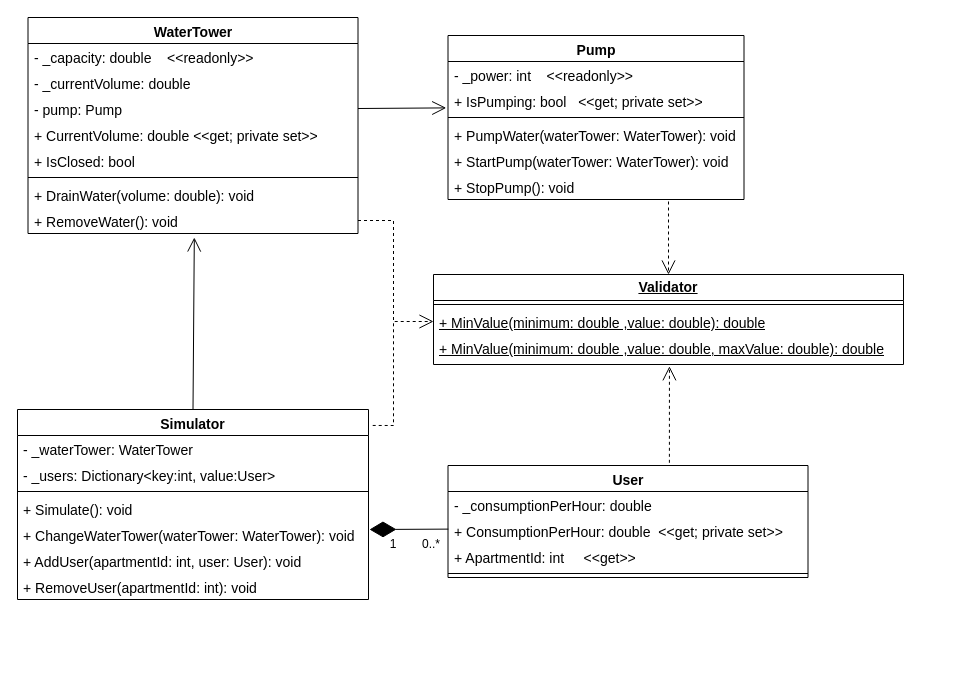
This is Home_task_3/Task_1/Water_Tower_Simulator.drawio from bohdanex/SSWU_BohdanMykhats_NET_CAMP, a draw.io file, before an edit. Source tidied: cells renumbered, new cells numbered last; positions are measured from the earlier drawing's top-left corner, leaving out a move shared by most shapes. Both pictures are drawn from the tidied source at 100%, with x=0, y=0 at pixel (17, 17).
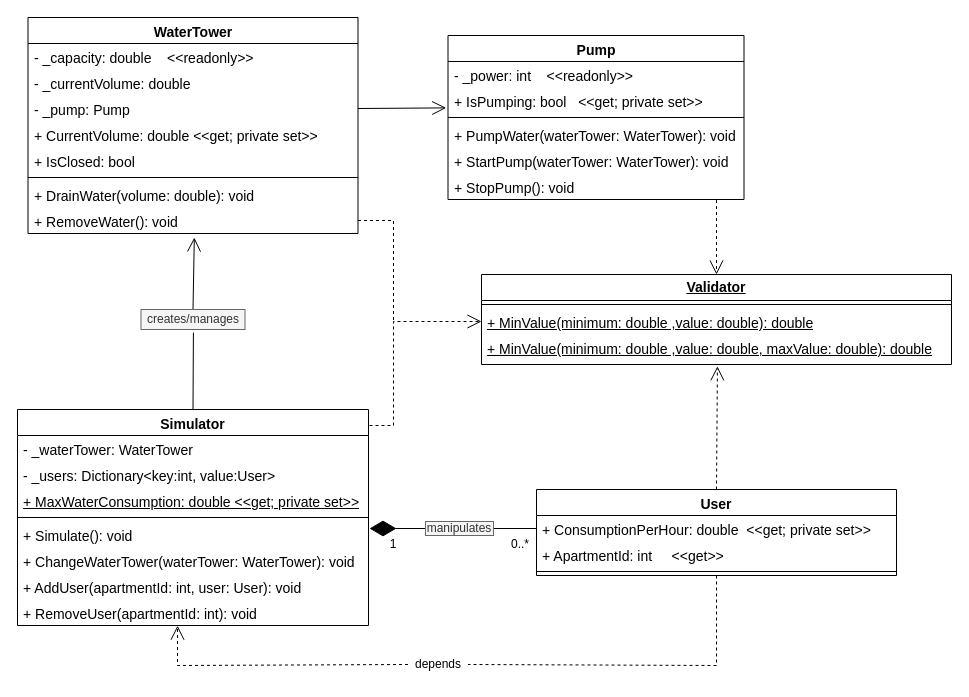
After the change.

Unchanged cells that the change refers to:
```xml
<mxCell id="2" value="WaterTower" style="swimlane;fontStyle=1;align=center;verticalAlign=top;horizontal=1;startSize=26;whiteSpace=wrap;html=1;fontSize=14;" parent="1" vertex="1">
  <mxGeometry x="10.5" width="330" height="216" as="geometry" />
</mxCell>
<mxCell id="10" value="+ RemoveWater(): void" style="text;strokeColor=none;fillColor=none;align=left;verticalAlign=top;spacingLeft=4;spacingRight=4;overflow=hidden;points=[[0,0.5],[1,0.5]];portConstraint=eastwest;whiteSpace=wrap;html=1;fontSize=14;" parent="2" vertex="1">
  <mxGeometry y="190" width="330" height="26" as="geometry" />
</mxCell>
<mxCell id="13" value="+ MinValue(minimum: double ,value: double): double" style="text;strokeColor=none;fillColor=none;align=left;verticalAlign=top;spacingLeft=4;spacingRight=4;overflow=hidden;points=[[0,0.5],[1,0.5]];portConstraint=eastwest;whiteSpace=wrap;html=1;fontStyle=4;fontSize=14;" parent="11" vertex="1">
  <mxGeometry y="34" width="470" height="26" as="geometry" />
</mxCell>
<mxCell id="14" value="+ MinValue(minimum: double ,value:&amp;nbsp;double, maxValue: double): double" style="text;strokeColor=none;fillColor=none;align=left;verticalAlign=top;spacingLeft=4;spacingRight=4;overflow=hidden;points=[[0,0.5],[1,0.5]];portConstraint=eastwest;whiteSpace=wrap;html=1;fontStyle=4;fontSize=14;" parent="11" vertex="1">
  <mxGeometry y="60" width="470" height="30" as="geometry" />
</mxCell>
<mxCell id="21" value="+ StopPump(): void" style="text;strokeColor=none;fillColor=none;align=left;verticalAlign=top;spacingLeft=4;spacingRight=4;overflow=hidden;points=[[0,0.5],[1,0.5]];portConstraint=eastwest;whiteSpace=wrap;html=1;fontSize=14;" parent="15" vertex="1">
  <mxGeometry y="138" width="296" height="26" as="geometry" />
</mxCell>
```

Change to the diagram source:
```diff
@@
-    <mxCell id="5" value="- pump: Pump" style="text;strokeColor=none;fillColor=none;align=left;verticalAlign=top;spacingLeft=4;spacingRight=4;overflow=hidden;points=[[0,0.5],[1,0.5]];portConstraint=eastwest;whiteSpace=wrap;html=1;fontSize=14;" parent="2" vertex="1">
+    <mxCell id="5" value="- _pump: Pump" style="text;strokeColor=none;fillColor=none;align=left;verticalAlign=top;spacingLeft=4;spacingRight=4;overflow=hidden;points=[[0,0.5],[1,0.5]];portConstraint=eastwest;whiteSpace=wrap;html=1;fontSize=14;" parent="2" vertex="1">
       <mxGeometry y="78" width="330" height="26" as="geometry" />
     </mxCell>
@@
     <mxCell id="11" value="Validator" style="swimlane;fontStyle=5;align=center;verticalAlign=middle;horizontal=1;startSize=26;whiteSpace=wrap;html=1;fontSize=14;" parent="1" vertex="1">
-      <mxGeometry x="416" y="257" width="470" height="90" as="geometry" />
+      <mxGeometry x="464" y="257" width="470" height="90" as="geometry" />
     </mxCell>
@@
     <mxCell id="22" value="User" style="swimlane;fontStyle=1;align=center;verticalAlign=top;horizontal=1;startSize=26;whiteSpace=wrap;html=1;fontSize=14;" parent="1" vertex="1">
-      <mxGeometry x="430.5" y="448" width="360" height="112" as="geometry" />
+      <mxGeometry x="519" y="472" width="360" height="86" as="geometry" />
     </mxCell>
-    <mxCell id="23" value="-&amp;nbsp;_consumptionPerHour: double" style="text;strokeColor=none;fillColor=none;align=left;verticalAlign=top;spacingLeft=4;spacingRight=4;overflow=hidden;whiteSpace=wrap;html=1;fontSize=14;" parent="22" vertex="1">
-      <mxGeometry y="26" width="360" height="26" as="geometry" />
-    </mxCell>
     <mxCell id="24" value="+ ConsumptionPerHour: double &lt;span style=&quot;white-space: pre;&quot;&gt; &lt;/span&gt;&amp;lt;&amp;lt;get; private set&amp;gt;&amp;gt;" style="text;strokeColor=none;fillColor=none;align=left;verticalAlign=top;spacingLeft=4;spacingRight=4;overflow=hidden;points=[[0,0.5],[1,0.5]];portConstraint=eastwest;whiteSpace=wrap;html=1;fontSize=14;" parent="22" vertex="1">
-      <mxGeometry y="52" width="360" height="26" as="geometry" />
+      <mxGeometry y="26" width="360" height="26" as="geometry" />
     </mxCell>
     <mxCell id="25" value="+ ApartmentId: int&amp;nbsp;&lt;span style=&quot;white-space: pre;&quot;&gt; &lt;/span&gt;&lt;span style=&quot;white-space: pre;&quot;&gt; &lt;/span&gt;&lt;span style=&quot;white-space: pre;&quot;&gt; &lt;span style=&quot;white-space: pre;&quot;&gt; &lt;/span&gt;&amp;lt;&lt;/span&gt;&amp;lt;get&amp;gt;&amp;gt;" style="text;strokeColor=none;fillColor=none;align=left;verticalAlign=top;spacingLeft=4;spacingRight=4;overflow=hidden;whiteSpace=wrap;html=1;fontSize=14;" parent="22" vertex="1">
-      <mxGeometry y="78" width="360" height="26" as="geometry" />
+      <mxGeometry y="52" width="360" height="26" as="geometry" />
     </mxCell>
     <mxCell id="26" style="line;strokeWidth=1;fillColor=none;align=left;verticalAlign=middle;spacingTop=-1;spacingLeft=3;spacingRight=3;labelPosition=right;strokeColor=inherit;" parent="22" vertex="1">
-      <mxGeometry y="104" width="360" height="8" as="geometry" />
+      <mxGeometry y="78" width="360" height="8" as="geometry" />
     </mxCell>
     <mxCell id="27" value="Simulator" style="swimlane;fontStyle=1;align=center;verticalAlign=top;horizontal=1;startSize=26;whiteSpace=wrap;html=1;fontSize=14;" parent="1" vertex="1">
-      <mxGeometry y="392" width="351" height="190" as="geometry" />
+      <mxGeometry y="392" width="351" height="216" as="geometry" />
     </mxCell>
@@
+    <mxCell id="44" value="&lt;u&gt;+&amp;nbsp;MaxWaterConsumption: double&amp;nbsp;&amp;lt;&amp;lt;get; private set&amp;gt;&amp;gt;&lt;/u&gt;" style="text;strokeColor=none;fillColor=none;align=left;verticalAlign=top;spacingLeft=4;spacingRight=4;overflow=hidden;whiteSpace=wrap;html=1;fontSize=14;" parent="27" vertex="1">
+      <mxGeometry y="78" width="351" height="26" as="geometry" />
+    </mxCell>
     <mxCell id="30" style="line;strokeWidth=1;fillColor=none;align=left;verticalAlign=middle;spacingTop=-1;spacingLeft=3;spacingRight=3;labelPosition=right;strokeColor=inherit;" parent="27" vertex="1">
-      <mxGeometry y="78" width="351" height="8" as="geometry" />
+      <mxGeometry y="104" width="351" height="8" as="geometry" />
     </mxCell>
     <mxCell id="31" value="+ Simulate(): void" style="text;strokeColor=none;fillColor=none;align=left;verticalAlign=top;spacingLeft=4;spacingRight=4;overflow=hidden;whiteSpace=wrap;html=1;fontSize=14;" parent="27" vertex="1">
-      <mxGeometry y="86" width="351" height="26" as="geometry" />
+      <mxGeometry y="112" width="351" height="26" as="geometry" />
     </mxCell>
     <mxCell id="32" value="+ ChangeWaterTower(waterTower: WaterTower): void" style="text;strokeColor=none;fillColor=none;align=left;verticalAlign=top;spacingLeft=4;spacingRight=4;overflow=hidden;whiteSpace=wrap;html=1;fontSize=14;" parent="27" vertex="1">
-      <mxGeometry y="112" width="351" height="26" as="geometry" />
+      <mxGeometry y="138" width="351" height="26" as="geometry" />
     </mxCell>
     <mxCell id="33" value="+ AddUser(apartmentId: int, user: User): void" style="text;strokeColor=none;fillColor=none;align=left;verticalAlign=top;spacingLeft=4;spacingRight=4;overflow=hidden;whiteSpace=wrap;html=1;fontSize=14;" parent="27" vertex="1">
-      <mxGeometry y="138" width="351" height="26" as="geometry" />
+      <mxGeometry y="164" width="351" height="26" as="geometry" />
     </mxCell>
     <mxCell id="34" value="+ RemoveUser(apartmentId: int): void" style="text;strokeColor=none;fillColor=none;align=left;verticalAlign=top;spacingLeft=4;spacingRight=4;overflow=hidden;points=[[0,0.5],[1,0.5]];portConstraint=eastwest;whiteSpace=wrap;html=1;fontSize=14;" parent="27" vertex="1">
-      <mxGeometry y="164" width="351" height="26" as="geometry" />
+      <mxGeometry y="190" width="351" height="26" as="geometry" />
     </mxCell>
-    <mxCell id="35" style="endArrow=diamondThin;endFill=1;endSize=24;html=1;rounded=0;exitX=0.001;exitY=0.447;exitDx=0;exitDy=0;exitPerimeter=0;" parent="1" edge="1" source="24">
+    <mxCell id="35" style="endArrow=diamondThin;endFill=1;endSize=24;html=1;rounded=0;exitX=0;exitY=0.5;exitDx=0;exitDy=0;" parent="1" edge="1" source="48">
       <mxGeometry relative="1" as="geometry">
-        <mxPoint x="352" y="512" as="targetPoint" />
+        <mxPoint x="352" y="511" as="targetPoint" />
       </mxGeometry>
     </mxCell>
@@
     <mxCell id="37" value="0..*" style="text;html=1;strokeColor=none;fillColor=none;align=center;verticalAlign=middle;whiteSpace=wrap;rounded=0;" parent="1" vertex="1">
-      <mxGeometry x="384" y="512" width="60" height="30" as="geometry" />
+      <mxGeometry x="485.5" y="512" width="33.5" height="30" as="geometry" />
     </mxCell>
@@
-    <mxCell id="39" style="endArrow=open;endFill=1;endSize=12;html=1;rounded=0;exitX=0.5;exitY=0;exitDx=0;exitDy=0;entryX=0.504;entryY=1.154;entryDx=0;entryDy=0;entryPerimeter=0;" parent="1" edge="1" source="27" target="10">
+    <mxCell id="39" style="endArrow=open;endFill=1;endSize=12;html=1;rounded=0;exitX=0.5;exitY=0;exitDx=0;exitDy=0;entryX=0.504;entryY=1.154;entryDx=0;entryDy=0;entryPerimeter=0;" parent="1" edge="1" source="46" target="10">
       <mxGeometry relative="1" as="geometry" />
     </mxCell>
-    <mxCell id="40" style="endArrow=open;endFill=1;endSize=12;html=1;rounded=0;dashed=1;exitX=1.012;exitY=0.084;exitDx=0;exitDy=0;exitPerimeter=0;entryX=0;entryY=0.5;entryDx=0;entryDy=0;" parent="1" edge="1" source="27" target="13">
+    <mxCell id="40" style="endArrow=open;endFill=1;endSize=12;html=1;rounded=0;dashed=1;entryX=0;entryY=0.5;entryDx=0;entryDy=0;" parent="1" edge="1" target="13">
       <mxGeometry relative="1" as="geometry">
+        <mxPoint x="352" y="408" as="sourcePoint" />
         <Array as="points">
           <mxPoint x="376" y="408" />
           <mxPoint x="376" y="304" />
         </Array>
       </mxGeometry>
     </mxCell>
@@
-    <mxCell id="42" style="endArrow=open;endFill=1;endSize=12;html=1;rounded=0;exitX=0.615;exitY=-0.024;exitDx=0;exitDy=0;exitPerimeter=0;entryX=0.502;entryY=1.06;entryDx=0;entryDy=0;entryPerimeter=0;dashed=1;" parent="1" edge="1" source="22" target="14">
+    <mxCell id="42" style="endArrow=open;endFill=1;endSize=12;html=1;rounded=0;exitX=0.5;exitY=0;exitDx=0;exitDy=0;entryX=0.502;entryY=1.06;entryDx=0;entryDy=0;entryPerimeter=0;dashed=1;" parent="1" edge="1" source="22" target="14">
       <mxGeometry relative="1" as="geometry" />
     </mxCell>
-    <mxCell id="43" style="endArrow=open;endFill=1;endSize=12;html=1;rounded=0;entryX=0.5;entryY=0;entryDx=0;entryDy=0;dashed=1;" parent="1" edge="1" target="11">
-      <mxGeometry relative="1" as="geometry">
-        <mxPoint x="651" y="184" as="sourcePoint" />
-      </mxGeometry>
+    <mxCell id="43" style="endArrow=open;endFill=1;endSize=12;html=1;rounded=0;entryX=0.5;entryY=0;entryDx=0;entryDy=0;dashed=1;exitX=0.907;exitY=1.022;exitDx=0;exitDy=0;exitPerimeter=0;" parent="1" edge="1" source="21" target="11">
+      <mxGeometry relative="1" as="geometry" />
     </mxCell>
+    <mxCell id="45" style="endArrow=none;endFill=0;endSize=12;html=1;rounded=0;exitX=0.5;exitY=0;exitDx=0;exitDy=0;entryX=0.504;entryY=1.154;entryDx=0;entryDy=0;entryPerimeter=0;" parent="1" edge="1" source="27" target="46">
+      <mxGeometry relative="1" as="geometry" />
+    </mxCell>
+    <mxCell id="46" value="creates/manages" style="text;html=1;strokeColor=#666666;fillColor=#f5f5f5;align=center;verticalAlign=middle;whiteSpace=wrap;rounded=0;fontColor=#333333;" parent="1" vertex="1">
+      <mxGeometry x="123.5" y="292" width="104" height="20" as="geometry" />
+    </mxCell>
+    <mxCell id="47" style="endArrow=none;endFill=0;endSize=24;html=1;rounded=0;exitX=0;exitY=0.5;exitDx=0;exitDy=0;entryX=1;entryY=0.5;entryDx=0;entryDy=0;" parent="1" edge="1" source="24" target="48">
+      <mxGeometry relative="1" as="geometry" />
+    </mxCell>
+    <mxCell id="48" value="manipulates" style="text;html=1;strokeColor=#666666;fillColor=#f5f5f5;align=center;verticalAlign=middle;whiteSpace=wrap;rounded=0;fontColor=#333333;" parent="1" vertex="1">
+      <mxGeometry x="408" y="504" width="68" height="14" as="geometry" />
+    </mxCell>
+    <mxCell id="49" style="endArrow=open;endFill=1;endSize=12;html=1;rounded=0;exitX=0;exitY=0.5;exitDx=0;exitDy=0;entryX=0.456;entryY=1.007;entryDx=0;entryDy=0;entryPerimeter=0;dashed=1;" parent="1" edge="1" source="51" target="34">
+      <mxGeometry relative="1" as="geometry">
+        <Array as="points">
+          <mxPoint x="160" y="648" />
+        </Array>
+      </mxGeometry>
+    </mxCell>
+    <mxCell id="50" style="endArrow=none;endFill=0;endSize=12;html=1;rounded=0;exitX=0.5;exitY=1;exitDx=0;exitDy=0;dashed=1;entryX=1;entryY=0.5;entryDx=0;entryDy=0;" parent="1" edge="1" source="22" target="51">
+      <mxGeometry relative="1" as="geometry">
+        <Array as="points">
+          <mxPoint x="699" y="648" />
+        </Array>
+      </mxGeometry>
+    </mxCell>
+    <mxCell id="51" value="depends" style="text;html=1;strokeColor=none;fillColor=none;align=center;verticalAlign=middle;whiteSpace=wrap;rounded=0;" parent="1" vertex="1">
+      <mxGeometry x="390.5" y="632" width="60" height="30" as="geometry" />
+    </mxCell>
```
